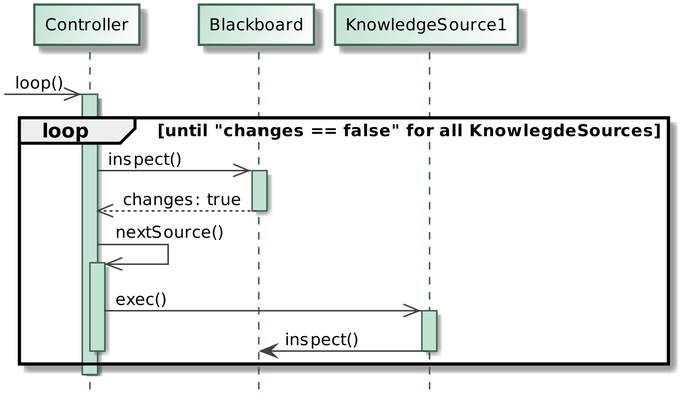
This is patterns/uml/Blackboard_Sequence_diagram.png from HSGNHR/POS, a PlantUML export, as it was before one commit.
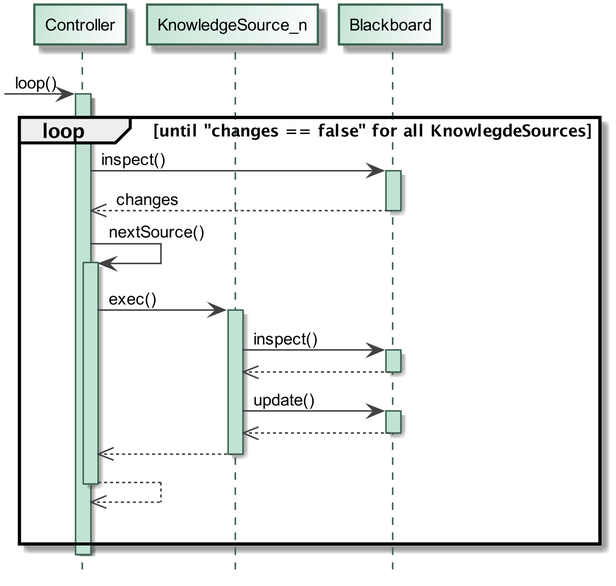
Later version of the same file.

Change to the diagram source:
```diff
@@ -66,29 +66,41 @@
 
 
 participant Controller as C
+participant KnowledgeSource_n as KS1
 participant Blackboard as B
-participant KnowledgeSource1 as KS1
 
-->> C: loop()
+-> C: loop()
 activate C
 
 loop until "changes == false" for all KnowlegdeSources
 
-	C ->> B: inspect()
+	C -> B: inspect()
 	activate B
-	B -->> C: changes: true
+	B -->> C: changes
 	deactivate B
 
-	C ->> C: nextSource()
+	C -> C: nextSource()
 	activate C
-	C ->> KS1: exec()
+	C -> KS1: exec()
 	activate KS1
 
     KS1 -> B: inspect()
-   deactivate KS1
+    activate B
+    B -->> KS1
+    deactivate B
 
+    KS1 -> B: update()
+    activate B
+	KS1 <<-- B
+    deactivate B
+
+	C <<-- KS1
+    deactivate KS1
+
+	C <<-- C
 	deactivate C
 
+	|||
 end
 deactivate C
 @enduml
```
